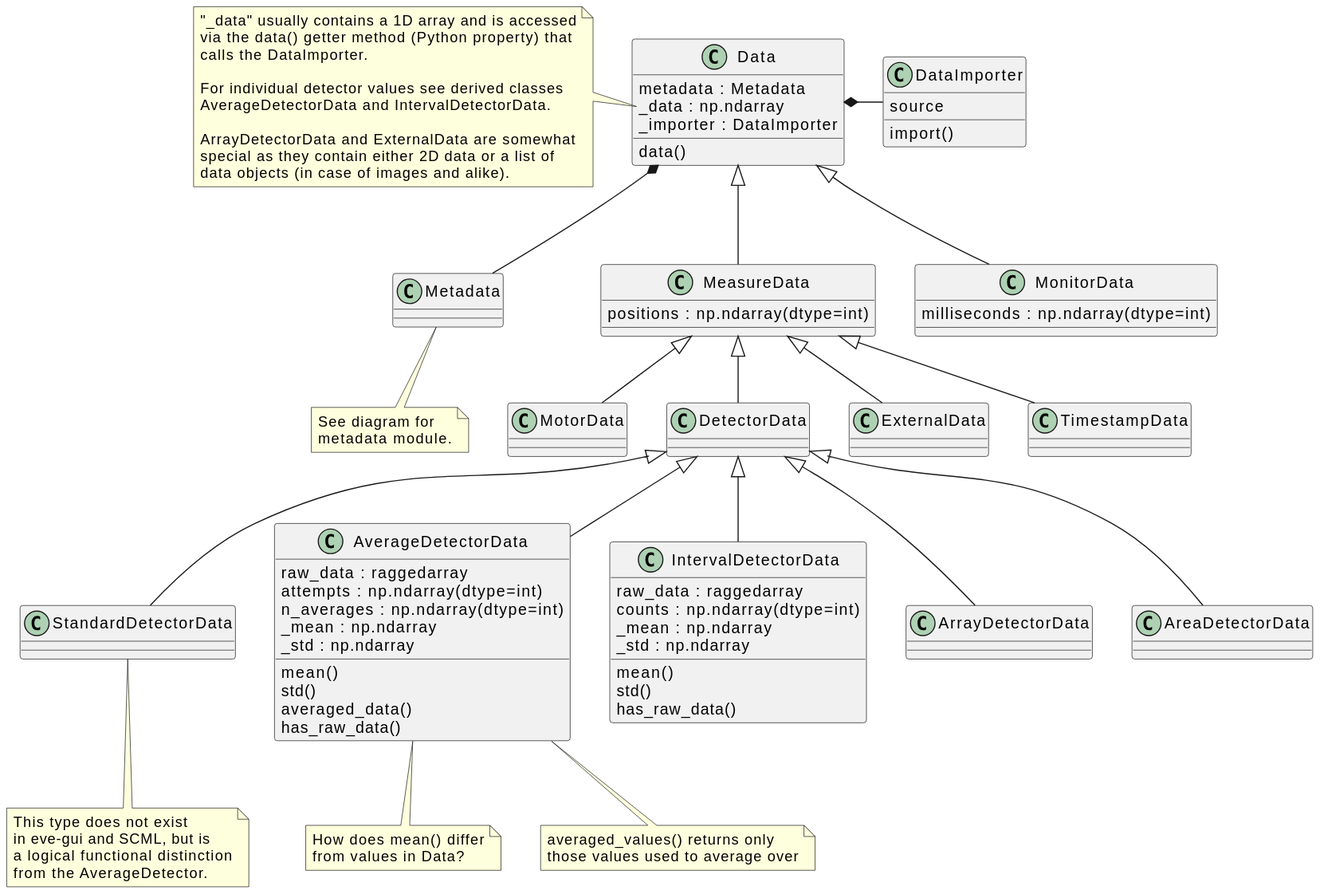
Before: docs/uml/evedata.evefile.data.svg, a diagram exported from PlantUML (tillbiskup/evedata).
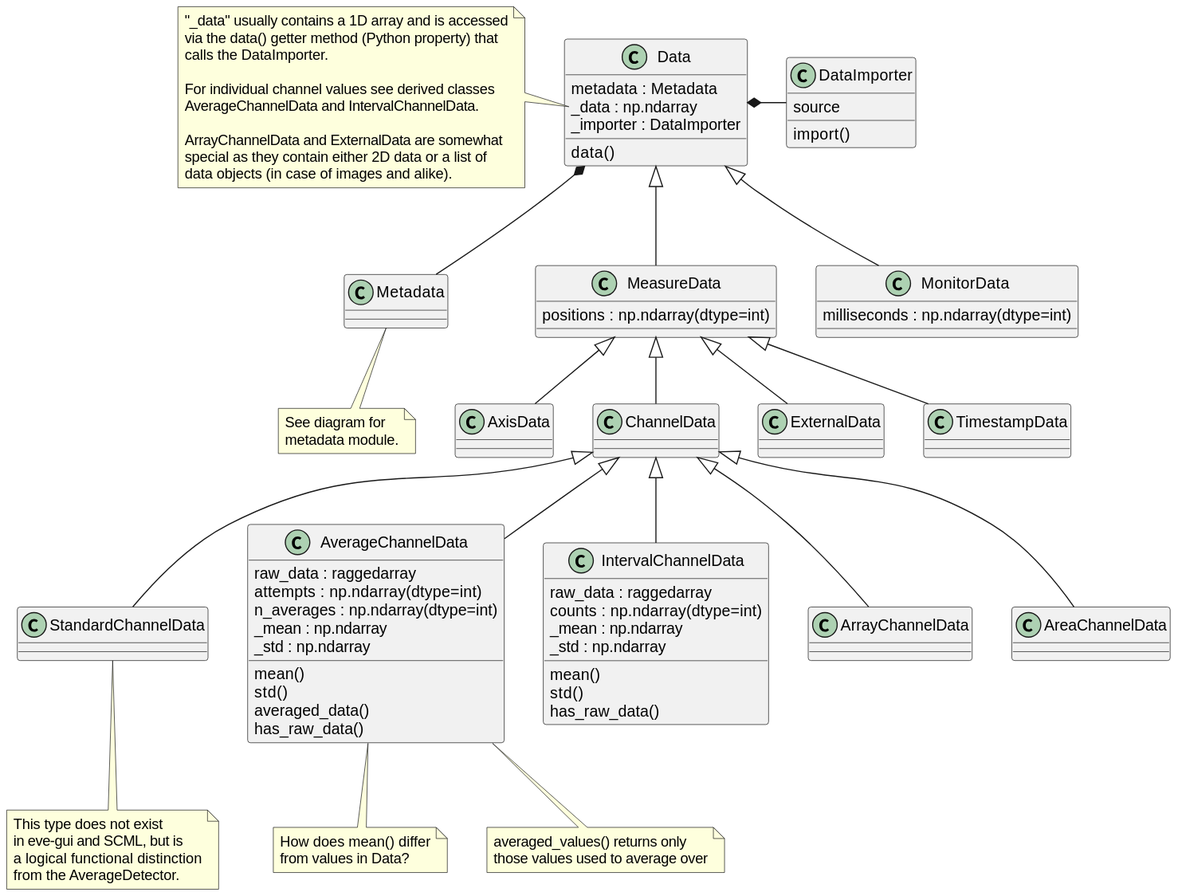
Later version of the same file.

Commit message:
Rename detector to channel for detector channel classes

What changed in the source:
```diff
@@ -11,10 +11,10 @@
     via the data() getter method (Python property) that
     calls the DataImporter.
 
-    For individual detector values see derived classes
-    AverageDetectorData and IntervalDetectorData.
+    For individual channel values see derived classes
+    AverageChannelData and IntervalChannelData.
 
-    ArrayDetectorData and ExternalData are somewhat
+    ArrayChannelData and ExternalData are somewhat
     special as they contain either 2D data or a list of
     data objects (in case of images and alike).
 end note
@@ -39,10 +39,10 @@
     {field} milliseconds : np.ndarray(dtype=int)
 }
 
-class MotorData extends MeasureData {
+class AxisData extends MeasureData {
 }
 
-class DetectorData extends MeasureData {
+class ChannelData extends MeasureData {
 }
 
 class ExternalData extends MeasureData {}
@@ -50,16 +50,16 @@
 class TimestampData extends MeasureData {
 }
 
-class StandardDetectorData extends DetectorData {}
+class StandardChannelData extends ChannelData {}
 
-note bottom of StandardDetectorData
+note bottom of StandardChannelData
     This type does not exist
     in eve-gui and SCML, but is
     a logical functional distinction
     from the AverageDetector.
 endnote
 
-class AverageDetectorData extends DetectorData {
+class AverageChannelData extends ChannelData {
     raw_data : raggedarray
     {field} attempts : np.ndarray(dtype=int)
     {field} n_averages : np.ndarray(dtype=int)
@@ -71,9 +71,9 @@
     has_raw_data()
 }
 note bottom: How does mean() differ\nfrom values in Data?
-note bottom of AverageDetectorData: averaged_values() returns only\nthose values used to average over
+note bottom of AverageChannelData: averaged_values() returns only\nthose values used to average over
 
-class IntervalDetectorData extends DetectorData {
+class IntervalChannelData extends ChannelData {
     raw_data : raggedarray
     {field} counts : np.ndarray(dtype=int)
     _mean : np.ndarray
@@ -83,9 +83,9 @@
     has_raw_data()
 }
 
-class ArrayDetectorData extends DetectorData {
+class ArrayChannelData extends ChannelData {
 }
 
-class AreaDetectorData extends DetectorData {
+class AreaChannelData extends ChannelData {
 }
 @enduml
```
